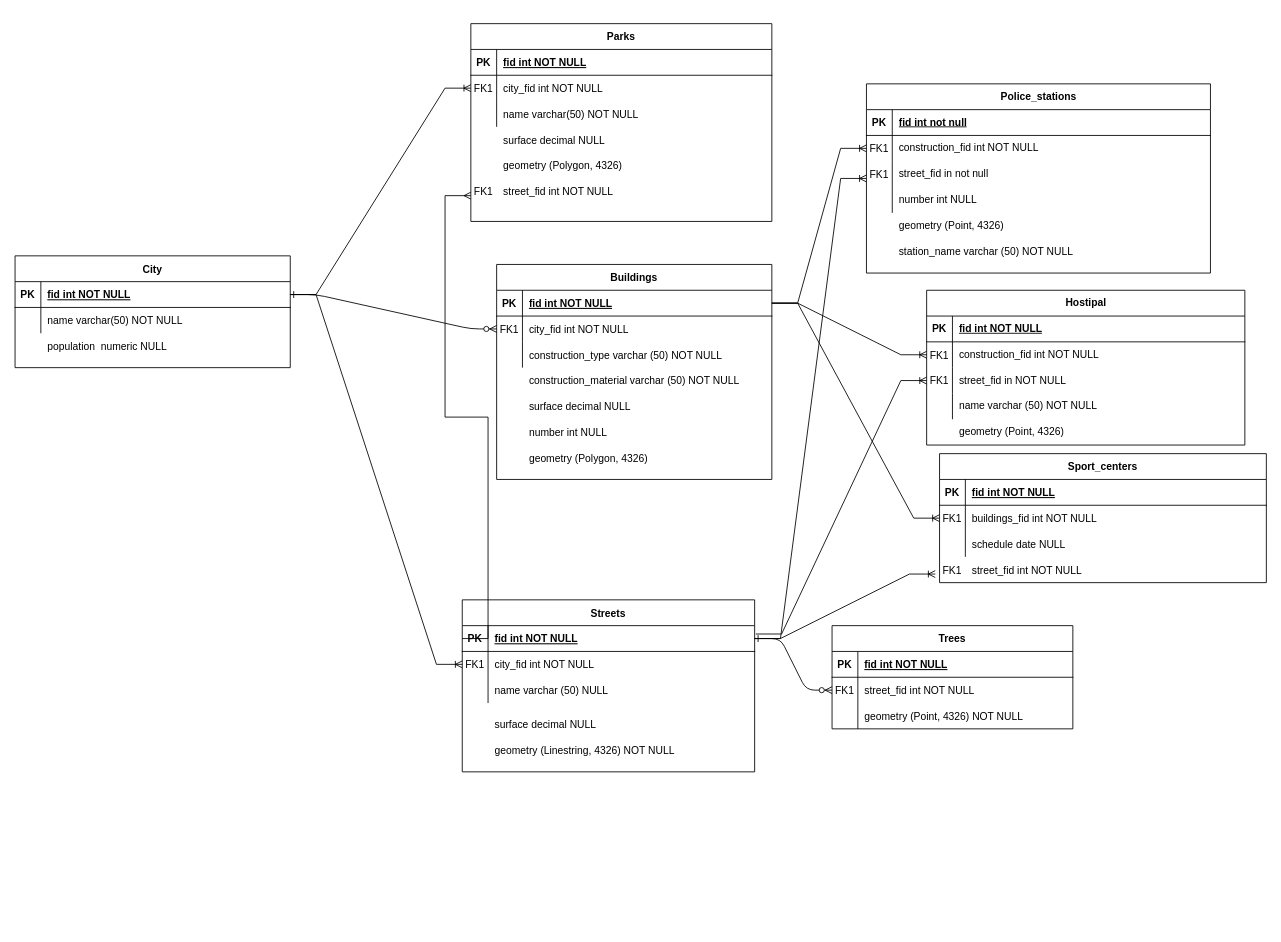
The draw.io diagram Final_project.drawio in MaticA26/final_project_sem2, before the edit. Source tidied: cells renumbered, new cells numbered last; positions are measured from the earlier drawing's top-left corner, leaving out a move shared by most shapes. Both pictures are drawn from the tidied source at 86%, with x=0, y=0 at pixel (15, 23).
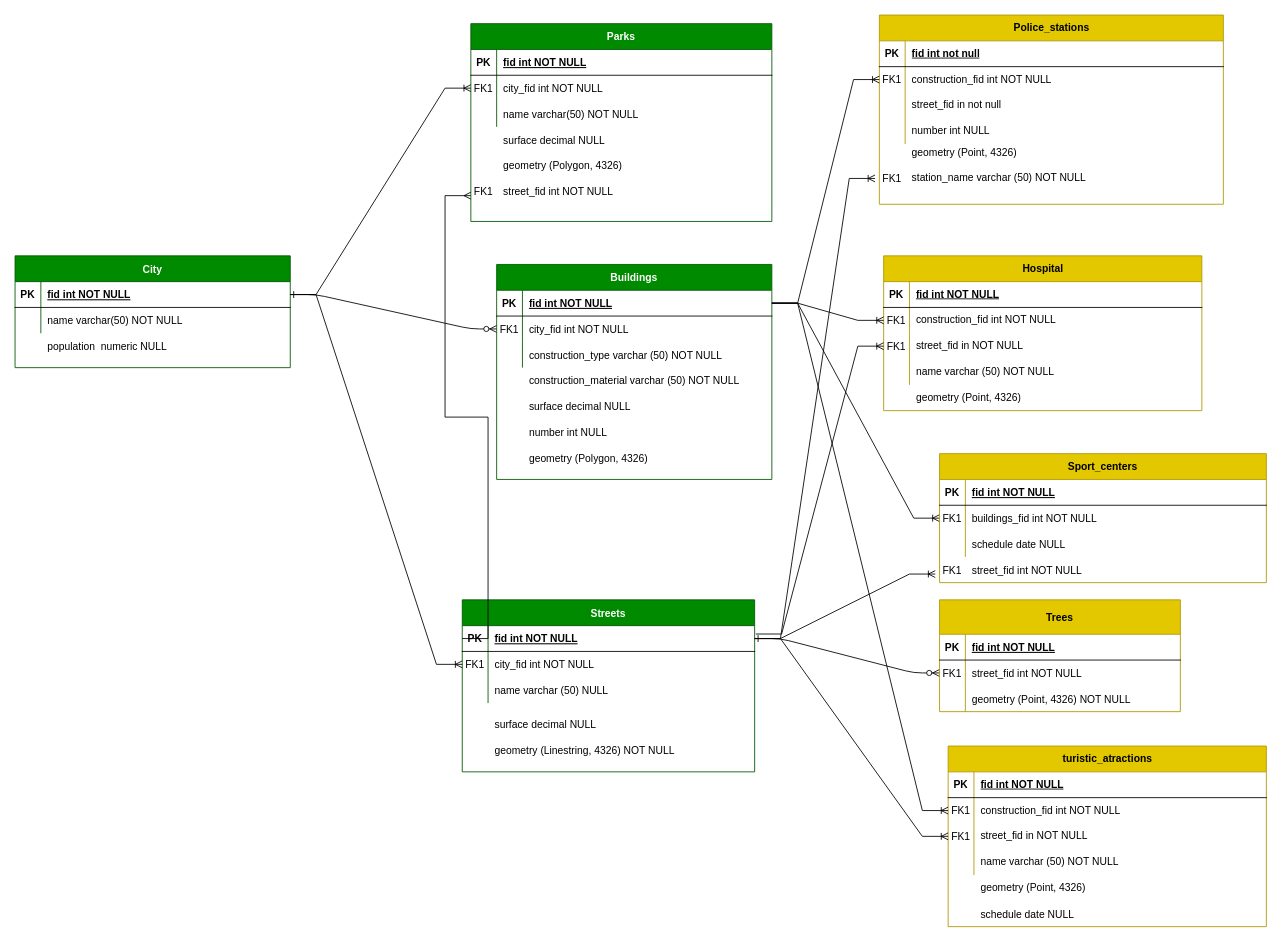
Above is the later version.

Unchanged cells that the change refers to:
```xml
<mxCell id="5" style="shape=partialRectangle;fillColor=none;points=[[0,0.5],[1,0.5]];portConstraint=eastwest;top=0;left=0;right=0;bottom=1;" parent="4" vertex="1">
  <mxGeometry y="30" width="320" height="30" as="geometry" />
</mxCell>
<mxCell id="41" style="shape=partialRectangle;fillColor=none;points=[[0,0.5],[1,0.5]];portConstraint=eastwest;top=0;left=0;right=0;bottom=1;" parent="40" vertex="1">
  <mxGeometry y="30" width="340" height="30" as="geometry" />
</mxCell>
<mxCell id="98" style="shape=tableRow;horizontal=0;startSize=0;swimlaneHead=0;swimlaneBody=0;fillColor=none;top=0;left=0;right=0;bottom=0;" parent="1" vertex="1">
  <mxGeometry x="990" y="220" width="400" height="30" as="geometry" />
</mxCell>
```

The edit, as a diff of the source:
```diff
@@
-    <mxCell id="4" value="Buildings" style="shape=table;startSize=30;childLayout=tableLayout;rowLines=0;fontStyle=1;align=center;" parent="1" vertex="1">
+    <mxCell id="4" value="Buildings" style="shape=table;startSize=30;childLayout=tableLayout;rowLines=0;fontStyle=1;align=center;fillColor=#008a00;fontColor=#ffffff;strokeColor=#005700;" parent="1" vertex="1">
       <mxGeometry x="560" y="280" width="320" height="250" as="geometry" />
     </mxCell>
@@
-    <mxCell id="14" value="Trees" style="shape=table;startSize=30;childLayout=tableLayout;rowLines=0;fontStyle=1;align=center;" parent="1" vertex="1">
-      <mxGeometry x="950" y="700" width="280" height="120" as="geometry" />
+    <mxCell id="14" value="Trees" style="shape=table;startSize=40;childLayout=tableLayout;rowLines=0;fontStyle=1;align=center;fillColor=#e3c800;fontColor=#000000;strokeColor=#B09500;" parent="1" vertex="1">
+      <mxGeometry x="1075" y="670" width="280" height="130" as="geometry" />
     </mxCell>
     <mxCell id="15" style="shape=partialRectangle;fillColor=none;top=0;left=0;right=0;bottom=1;" parent="14" vertex="1">
-      <mxGeometry y="30" width="280" height="30" as="geometry" />
+      <mxGeometry y="40" width="280" height="30" as="geometry" />
     </mxCell>
@@
     <mxCell id="18" style="shape=partialRectangle;fillColor=none;points=[[0,0.5],[1,0.5]];portConstraint=eastwest;top=0;left=0;right=0;bottom=0;" parent="14" vertex="1">
-      <mxGeometry y="60" width="280" height="30" as="geometry" />
+      <mxGeometry y="70" width="280" height="30" as="geometry" />
     </mxCell>
@@
     <mxCell id="21" style="shape=partialRectangle;fillColor=none;top=0;left=0;right=0;bottom=0;" parent="14" vertex="1">
-      <mxGeometry y="90" width="280" height="30" as="geometry" />
+      <mxGeometry y="100" width="280" height="30" as="geometry" />
     </mxCell>
@@
-    <mxCell id="24" value="City" style="shape=table;startSize=30;childLayout=tableLayout;rowLines=0;fontStyle=1;align=center;" parent="1" vertex="1">
+    <mxCell id="24" value="City" style="shape=table;startSize=30;childLayout=tableLayout;rowLines=0;fontStyle=1;align=center;fillColor=#008a00;fontColor=#ffffff;strokeColor=#005700;" parent="1" vertex="1">
       <mxGeometry y="270" width="320" height="130" as="geometry" />
     </mxCell>
@@
-    <mxCell id="40" value="Streets" style="shape=table;startSize=30;childLayout=tableLayout;rowLines=0;fontStyle=1;align=center;" parent="1" vertex="1">
+    <mxCell id="40" value="Streets" style="shape=table;startSize=30;childLayout=tableLayout;rowLines=0;fontStyle=1;align=center;fillColor=#008a00;fontColor=#ffffff;strokeColor=#005700;" parent="1" vertex="1">
       <mxGeometry x="520" y="670" width="340" height="200" as="geometry" />
     </mxCell>
@@
     <mxCell id="51" style="edgeStyle=entityRelationEdgeStyle;fontSize=12;html=1;endArrow=ERoneToMany;rounded=0;exitX=1;exitY=0.5;exitDx=0;exitDy=0;" parent="1" edge="1" source="41">
       <mxGeometry relative="1" as="geometry">
-        <mxPoint x="990" y="180" as="targetPoint" />
+        <mxPoint x="1000" y="180" as="targetPoint" />
       </mxGeometry>
     </mxCell>
-    <mxCell id="52" value="Parks" style="shape=table;startSize=30;childLayout=tableLayout;rowLines=0;fontStyle=1;align=center;" parent="1" vertex="1">
+    <mxCell id="52" value="Parks" style="shape=table;startSize=30;childLayout=tableLayout;rowLines=0;fontStyle=1;align=center;fillColor=#008a00;fontColor=#ffffff;strokeColor=#005700;" parent="1" vertex="1">
       <mxGeometry x="530" width="350" height="230" as="geometry" />
     </mxCell>
@@
-    <mxCell id="70" value="Sport_centers" style="shape=table;startSize=30;childLayout=tableLayout;rowLines=0;fontStyle=1;align=center;" parent="1" vertex="1">
+    <mxCell id="70" value="Sport_centers" style="shape=table;startSize=30;childLayout=tableLayout;rowLines=0;fontStyle=1;align=center;fillColor=#e3c800;fontColor=#000000;strokeColor=#B09500;" parent="1" vertex="1">
       <mxGeometry x="1075" y="500" width="380" height="150" as="geometry" />
     </mxCell>
@@
-    <mxCell id="83" value="Police_stations" style="shape=table;startSize=30;childLayout=tableLayout;rowLines=0;fontStyle=1;align=center;html=1;" parent="1" vertex="1">
-      <mxGeometry x="990" y="70" width="400" height="220" as="geometry" />
+    <mxCell id="83" value="Police_stations" style="shape=table;startSize=30;childLayout=tableLayout;rowLines=0;fontStyle=1;align=center;html=1;fillColor=#e3c800;fontColor=#000000;strokeColor=#B09500;" parent="1" vertex="1">
+      <mxGeometry x="1005" y="-10" width="400" height="220" as="geometry" />
     </mxCell>
@@
     <mxCell id="96" value="FK1" style="shape=partialRectangle;overflow=hidden;fillColor=none;top=0;left=0;bottom=0;right=0;" parent="1" vertex="1">
-      <mxGeometry x="990" y="130" width="30" height="30" as="geometry" />
+      <mxGeometry x="1005" y="50" width="30" height="30" as="geometry" />
     </mxCell>
     <mxCell id="97" value="FK1" style="shape=partialRectangle;overflow=hidden;fillColor=none;top=0;left=0;bottom=0;right=0;" parent="1" vertex="1">
-      <mxGeometry x="990" y="160" width="30" height="30" as="geometry" />
+      <mxGeometry x="1005" y="165" width="30" height="30" as="geometry" />
     </mxCell>
@@
-    <mxCell id="100" value="geometry (Point, 4326)" style="shape=partialRectangle;fillColor=none;top=0;left=0;bottom=0;right=0;align=left;spacingLeft=6;overflow=hidden;whiteSpace=wrap;html=1;" parent="98" vertex="1">
-      <mxGeometry x="30" width="370" height="30" as="geometry" />
-    </mxCell>
@@
-    <mxCell id="102" value="station_name varchar (50) NOT NULL" style="shape=partialRectangle;fillColor=none;top=0;left=0;bottom=0;right=0;align=left;spacingLeft=6;overflow=hidden;whiteSpace=wrap;html=1;" parent="1" vertex="1">
-      <mxGeometry x="1020" y="250" width="370" height="30" as="geometry" />
-    </mxCell>
-    <mxCell id="103" value="Hostipal" style="shape=table;startSize=30;childLayout=tableLayout;rowLines=0;fontStyle=1;align=center;html=1;" parent="1" vertex="1">
-      <mxGeometry x="1060" y="310" width="370" height="180" as="geometry" />
+    <mxCell id="103" value="Hospital" style="shape=table;startSize=30;childLayout=tableLayout;rowLines=0;fontStyle=1;align=center;html=1;fillColor=#e3c800;fontColor=#000000;strokeColor=#B09500;" parent="1" vertex="1">
+      <mxGeometry x="1010" y="270" width="370" height="180" as="geometry" />
     </mxCell>
@@
     <mxCell id="119" value="FK1" style="shape=partialRectangle;overflow=hidden;fillColor=none;top=0;left=0;bottom=0;right=0;" parent="1" vertex="1">
-      <mxGeometry x="1060" y="370" width="30" height="30" as="geometry" />
+      <mxGeometry x="1010" y="330" width="30" height="30" as="geometry" />
     </mxCell>
     <mxCell id="120" value="FK1" style="shape=partialRectangle;overflow=hidden;fillColor=none;top=0;left=0;bottom=0;right=0;" parent="1" vertex="1">
-      <mxGeometry x="1060" y="400" width="30" height="30" as="geometry" />
+      <mxGeometry x="1010" y="360" width="30" height="30" as="geometry" />
     </mxCell>
     <mxCell id="121" value="geometry (Point, 4326)" style="shape=partialRectangle;fillColor=none;top=0;left=0;bottom=0;right=0;align=left;spacingLeft=6;overflow=hidden;whiteSpace=wrap;html=1;" parent="1" vertex="1">
-      <mxGeometry x="1090" y="460" width="340" height="30" as="geometry" />
+      <mxGeometry x="1040" y="420" width="340" height="30" as="geometry" />
     </mxCell>
@@
+    <mxCell id="124" value="turistic_atractions" style="shape=table;startSize=30;childLayout=tableLayout;rowLines=0;fontStyle=1;align=center;html=1;fillColor=#e3c800;fontColor=#000000;strokeColor=#B09500;" parent="1" vertex="1">
+      <mxGeometry x="1085" y="840" width="370" height="210" as="geometry" />
+    </mxCell>
+    <mxCell id="125" style="shape=tableRow;horizontal=0;startSize=0;swimlaneHead=0;swimlaneBody=0;fillColor=none;top=0;left=0;right=0;bottom=1;" parent="124" vertex="1">
+      <mxGeometry y="30" width="370" height="30" as="geometry" />
+    </mxCell>
+    <mxCell id="126" value="PK" style="shape=partialRectangle;fillColor=none;top=0;left=0;bottom=0;right=0;fontStyle=1;overflow=hidden;whiteSpace=wrap;html=1;" parent="125" vertex="1">
+      <mxGeometry width="30" height="30" as="geometry" />
+    </mxCell>
+    <mxCell id="127" value="fid int NOT NULL" style="shape=partialRectangle;fillColor=none;top=0;left=0;bottom=0;right=0;align=left;spacingLeft=6;fontStyle=5;overflow=hidden;whiteSpace=wrap;html=1;" parent="125" vertex="1">
+      <mxGeometry x="30" width="340" height="30" as="geometry" />
+    </mxCell>
+    <mxCell id="128" style="shape=tableRow;horizontal=0;startSize=0;swimlaneHead=0;swimlaneBody=0;fillColor=none;points=[[0,0.5],[1,0.5]];portConstraint=eastwest;top=0;left=0;right=0;bottom=0;" parent="124" vertex="1">
+      <mxGeometry y="60" width="370" height="30" as="geometry" />
+    </mxCell>
+    <mxCell id="129" style="shape=partialRectangle;fillColor=none;top=0;left=0;bottom=0;right=0;overflow=hidden;whiteSpace=wrap;html=1;" parent="128" vertex="1">
+      <mxGeometry width="30" height="30" as="geometry" />
+    </mxCell>
+    <mxCell id="130" value="construction_fid int NOT NULL" style="shape=partialRectangle;fillColor=none;top=0;left=0;bottom=0;right=0;align=left;spacingLeft=6;overflow=hidden;whiteSpace=wrap;html=1;" parent="128" vertex="1">
+      <mxGeometry x="30" width="340" height="30" as="geometry" />
+    </mxCell>
+    <mxCell id="131" style="shape=tableRow;horizontal=0;startSize=0;swimlaneHead=0;swimlaneBody=0;fillColor=none;points=[[0,0.5],[1,0.5]];portConstraint=eastwest;top=0;left=0;right=0;bottom=0;" parent="124" vertex="1">
+      <mxGeometry y="90" width="370" height="30" as="geometry" />
+    </mxCell>
+    <mxCell id="132" style="shape=partialRectangle;fillColor=none;top=0;left=0;bottom=0;right=0;overflow=hidden;whiteSpace=wrap;html=1;" parent="131" vertex="1">
+      <mxGeometry width="30" height="30" as="geometry" />
+    </mxCell>
+    <mxCell id="133" value="street_fid in NOT NULL" style="shape=partialRectangle;fillColor=none;top=0;left=0;bottom=0;right=0;align=left;spacingLeft=6;overflow=hidden;whiteSpace=wrap;html=1;" parent="131" vertex="1">
+      <mxGeometry x="30" width="340" height="30" as="geometry" />
+    </mxCell>
+    <mxCell id="134" style="shape=tableRow;horizontal=0;startSize=0;swimlaneHead=0;swimlaneBody=0;fillColor=none;top=0;left=0;right=0;bottom=0;" parent="124" vertex="1">
+      <mxGeometry y="120" width="370" height="30" as="geometry" />
+    </mxCell>
+    <mxCell id="135" style="shape=partialRectangle;fillColor=none;top=0;left=0;bottom=0;right=0;overflow=hidden;whiteSpace=wrap;html=1;" parent="134" vertex="1">
+      <mxGeometry width="30" height="30" as="geometry" />
+    </mxCell>
+    <mxCell id="136" value="name varchar (50) NOT NULL" style="shape=partialRectangle;fillColor=none;top=0;left=0;bottom=0;right=0;align=left;spacingLeft=6;overflow=hidden;whiteSpace=wrap;html=1;" parent="134" vertex="1">
+      <mxGeometry x="30" width="340" height="30" as="geometry" />
+    </mxCell>
+    <mxCell id="137" value="geometry (Point, 4326)" style="shape=partialRectangle;fillColor=none;top=0;left=0;bottom=0;right=0;align=left;spacingLeft=6;overflow=hidden;whiteSpace=wrap;html=1;" parent="1" vertex="1">
+      <mxGeometry x="1115" y="990" width="340" height="30" as="geometry" />
+    </mxCell>
+    <mxCell id="138" value="schedule date NULL" style="shape=partialRectangle;overflow=hidden;fillColor=none;top=0;left=0;bottom=0;right=0;align=left;spacingLeft=6;" parent="1" vertex="1">
+      <mxGeometry x="1115" y="1020" width="335" height="30" as="geometry" />
+    </mxCell>
+    <mxCell id="139" value="FK1" style="shape=partialRectangle;overflow=hidden;fillColor=none;top=0;left=0;bottom=0;right=0;" parent="1" vertex="1">
+      <mxGeometry x="1085" y="900" width="30" height="30" as="geometry" />
+    </mxCell>
+    <mxCell id="140" value="FK1" style="shape=partialRectangle;overflow=hidden;fillColor=none;top=0;left=0;bottom=0;right=0;" parent="1" vertex="1">
+      <mxGeometry x="1085" y="930" width="30" height="30" as="geometry" />
+    </mxCell>
+    <mxCell id="141" style="edgeStyle=entityRelationEdgeStyle;fontSize=12;html=1;endArrow=ERoneToMany;rounded=0;exitX=1;exitY=0.5;exitDx=0;exitDy=0;" parent="1" edge="1" source="5" target="128">
+      <mxGeometry relative="1" as="geometry" />
+    </mxCell>
+    <mxCell id="142" style="edgeStyle=entityRelationEdgeStyle;fontSize=12;html=1;endArrow=ERoneToMany;rounded=0;exitX=1;exitY=0.5;exitDx=0;exitDy=0;" parent="1" edge="1" source="41" target="131">
+      <mxGeometry relative="1" as="geometry" />
+    </mxCell>
+    <mxCell id="100" value="geometry (Point, 4326)" style="shape=partialRectangle;fillColor=none;top=0;left=0;bottom=0;right=0;align=left;spacingLeft=6;overflow=hidden;whiteSpace=wrap;html=1;" parent="1" vertex="1">
+      <mxGeometry x="1035" y="135" width="370" height="30" as="geometry" />
+    </mxCell>
+    <mxCell id="102" value="station_name varchar (50) NOT NULL" style="shape=partialRectangle;fillColor=none;top=0;left=0;bottom=0;right=0;align=left;spacingLeft=6;overflow=hidden;whiteSpace=wrap;html=1;" parent="1" vertex="1">
+      <mxGeometry x="1035" y="165" width="370" height="30" as="geometry" />
+    </mxCell>
```
